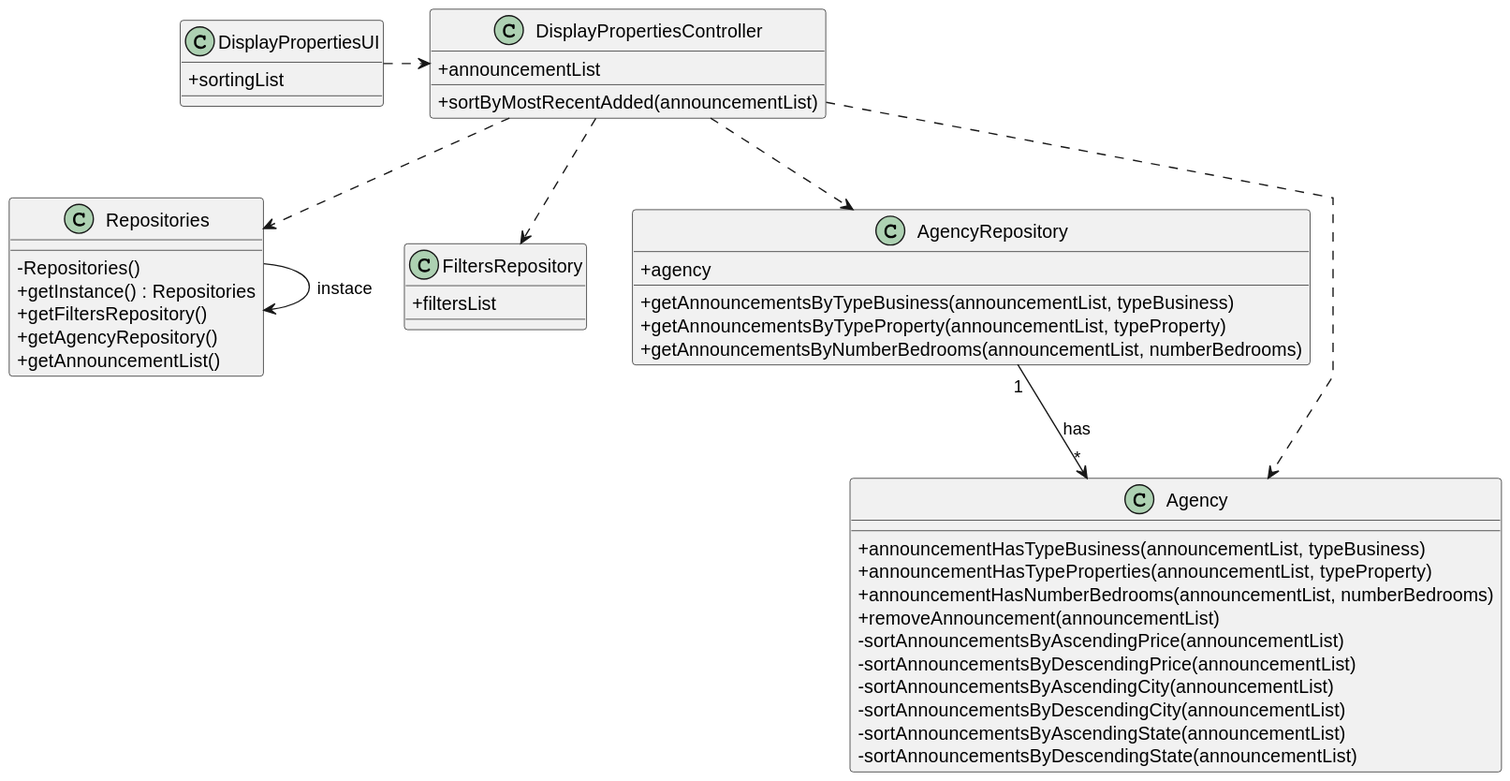
Earlier version of the PlantUML export docs/sprintB/us001/03.design/svg/us001-class-diagram.svg (rita-barbosa/LAPR2-2223).
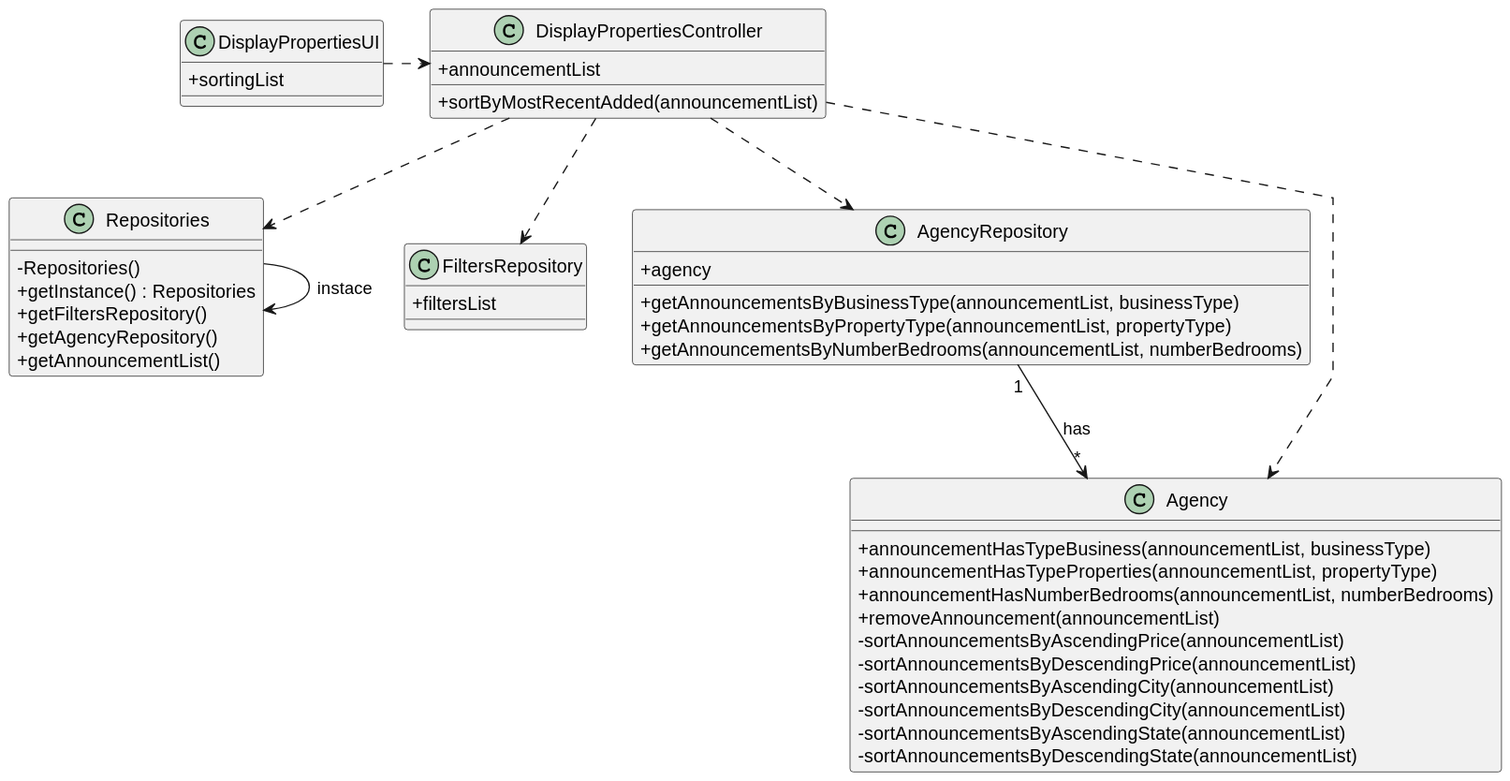
Later version of the same file.

Commit message:
Update Class Diagram [US001][Design].

The edit, as a diff of the source:
```diff
@@ -31,15 +31,15 @@
 class AgencyRepository{
 +agency
 
-+getAnnouncementsByTypeBusiness(announcementList, typeBusiness)
-+getAnnouncementsByTypeProperty(announcementList, typeProperty)
++getAnnouncementsByBusinessType(announcementList, businessType)
++getAnnouncementsByPropertyType(announcementList, propertyType)
 +getAnnouncementsByNumberBedrooms(announcementList, numberBedrooms)
 
 }
 
 class Agency{
-+announcementHasTypeBusiness(announcementList, typeBusiness)
-+announcementHasTypeProperties(announcementList, typeProperty)
++announcementHasTypeBusiness(announcementList, businessType)
++announcementHasTypeProperties(announcementList, propertyType)
 +announcementHasNumberBedrooms(announcementList, numberBedrooms)
 +removeAnnouncement(announcementList)
 -sortAnnouncementsByAscendingPrice(announcementList)
```
